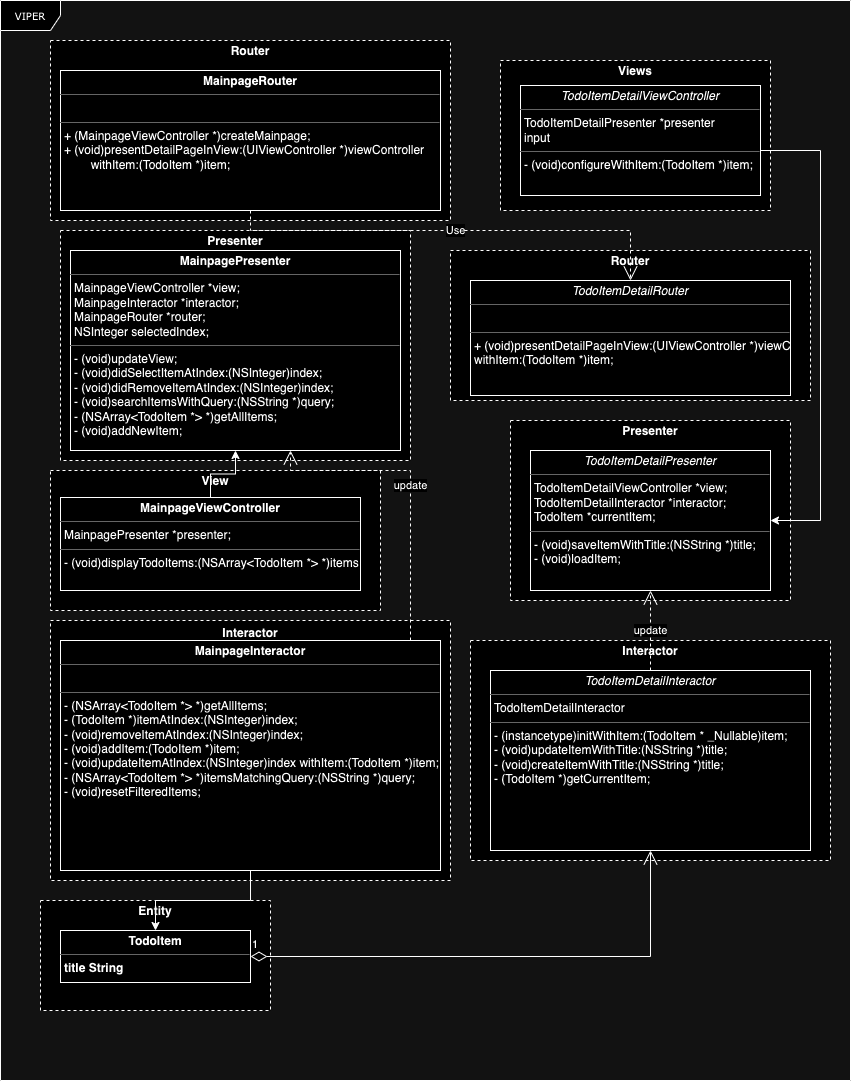
Earlier version of the draw.io export Architectural Patterns/VIPER.drawio.png (jeuneseven/iOS). Source tidied: cells renumbered, new cells last; positions are measured from the earlier drawing's top-left corner, leaving out a move shared by most shapes.
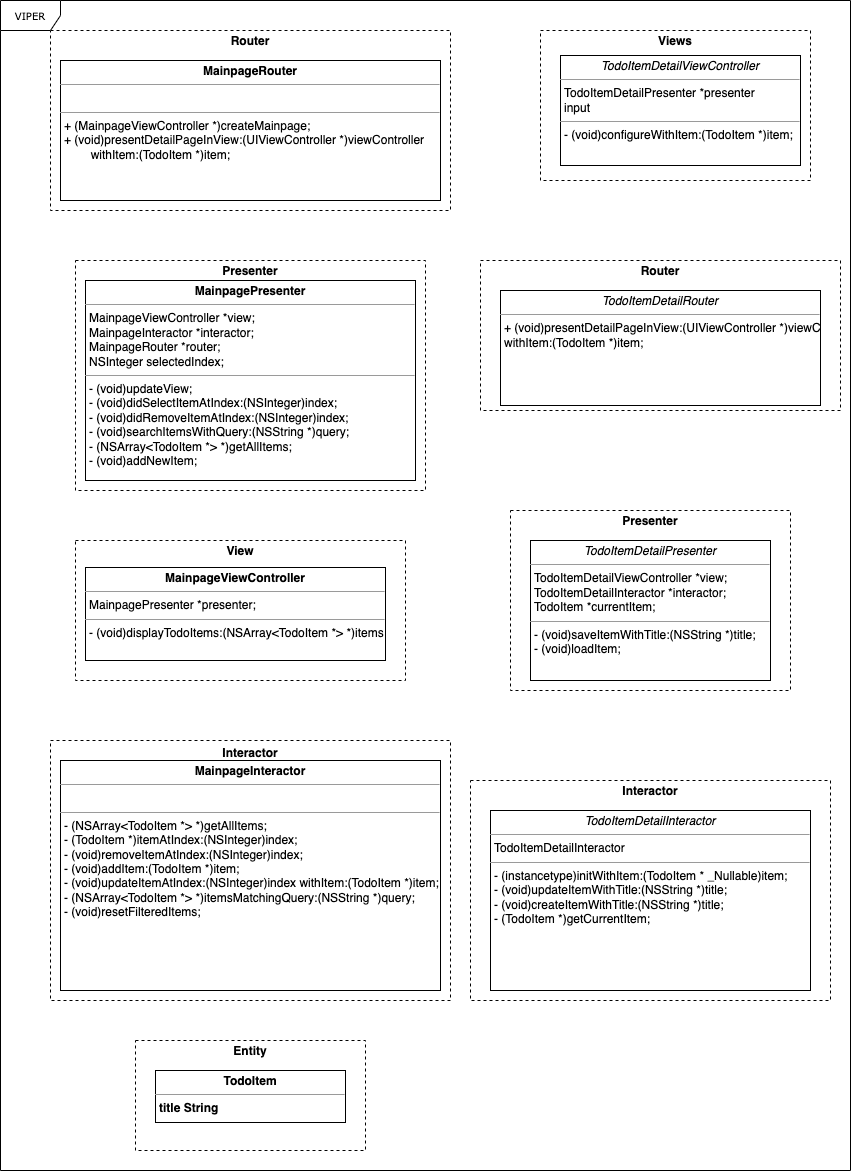
Above is the later version.

Change to the diagram source:
```diff
@@ -2,36 +2,36 @@
   <root>
     <mxCell id="0" />
     <mxCell id="1" parent="0" />
+    <mxCell id="11" value="VIPER" style="shape=umlFrame;whiteSpace=wrap;html=1;rounded=0;shadow=0;comic=0;labelBackgroundColor=none;strokeWidth=1;fontFamily=Verdana;fontSize=10;align=center;" parent="1" vertex="1">
+      <mxGeometry y="-90" width="850" height="1170" as="geometry" />
+    </mxCell>
     <mxCell id="2" value="&lt;p style=&quot;margin:0px;margin-top:4px;text-align:center;&quot;&gt;&lt;b&gt;Presenter&lt;/b&gt;&lt;/p&gt;" style="verticalAlign=top;align=left;overflow=fill;html=1;whiteSpace=wrap;dashed=1;" parent="1" vertex="1">
-      <mxGeometry x="60" y="230" width="350" height="230" as="geometry" />
+      <mxGeometry x="75" y="170" width="350" height="230" as="geometry" />
     </mxCell>
     <mxCell id="3" value="&lt;p style=&quot;margin:0px;margin-top:4px;text-align:center;&quot;&gt;&lt;b&gt;View&lt;/b&gt;&lt;/p&gt;" style="verticalAlign=top;align=left;overflow=fill;html=1;whiteSpace=wrap;dashed=1;" parent="1" vertex="1">
-      <mxGeometry x="50" y="470" width="330" height="140" as="geometry" />
+      <mxGeometry x="75" y="450" width="330" height="140" as="geometry" />
     </mxCell>
     <mxCell id="4" value="&lt;p style=&quot;margin:0px;margin-top:4px;text-align:center;&quot;&gt;&lt;/p&gt;&lt;div style=&quot;height:2px;&quot;&gt;&lt;/div&gt;&lt;div style=&quot;text-align: center;&quot;&gt;&lt;span style=&quot;background-color: initial;&quot;&gt;&lt;b&gt;Interactor&lt;/b&gt;&lt;/span&gt;&lt;/div&gt;" style="verticalAlign=top;align=left;overflow=fill;html=1;whiteSpace=wrap;dashed=1;" parent="1" vertex="1">
-      <mxGeometry x="50" y="620" width="400" height="260" as="geometry" />
+      <mxGeometry x="50" y="650" width="400" height="260" as="geometry" />
     </mxCell>
     <mxCell id="5" value="&lt;p style=&quot;margin:0px;margin-top:4px;text-align:center;&quot;&gt;&lt;b&gt;Entity&lt;/b&gt;&lt;/p&gt;" style="verticalAlign=top;align=left;overflow=fill;html=1;whiteSpace=wrap;dashed=1;" parent="1" vertex="1">
-      <mxGeometry x="40" y="900" width="230" height="110" as="geometry" />
+      <mxGeometry x="135" y="950" width="230" height="110" as="geometry" />
     </mxCell>
     <mxCell id="6" value="&lt;p style=&quot;margin:0px;margin-top:4px;text-align:center;&quot;&gt;&lt;b&gt;Interactor&lt;/b&gt;&lt;br&gt;&lt;/p&gt;" style="verticalAlign=top;align=left;overflow=fill;html=1;whiteSpace=wrap;dashed=1;" parent="1" vertex="1">
-      <mxGeometry x="470" y="640" width="360" height="220" as="geometry" />
+      <mxGeometry x="470" y="690" width="360" height="220" as="geometry" />
     </mxCell>
     <mxCell id="7" value="&lt;p style=&quot;margin:0px;margin-top:4px;text-align:center;&quot;&gt;&lt;b&gt;Presenter&lt;/b&gt;&lt;/p&gt;" style="verticalAlign=top;align=left;overflow=fill;html=1;whiteSpace=wrap;dashed=1;" parent="1" vertex="1">
       <mxGeometry x="510" y="420" width="280" height="180" as="geometry" />
     </mxCell>
     <mxCell id="8" value="&lt;p style=&quot;margin:0px;margin-top:4px;text-align:center;&quot;&gt;&lt;b&gt;Router&lt;/b&gt;&lt;/p&gt;" style="verticalAlign=top;align=left;overflow=fill;html=1;whiteSpace=wrap;dashed=1;" parent="1" vertex="1">
-      <mxGeometry x="450" y="250" width="360" height="150" as="geometry" />
+      <mxGeometry x="480" y="170" width="360" height="150" as="geometry" />
     </mxCell>
     <mxCell id="9" value="&lt;p style=&quot;margin:0px;margin-top:4px;text-align:center;&quot;&gt;&lt;b&gt;Views&lt;/b&gt;&lt;/p&gt;" style="verticalAlign=top;align=left;overflow=fill;html=1;whiteSpace=wrap;dashed=1;" parent="1" vertex="1">
-      <mxGeometry x="500" y="60" width="270" height="150" as="geometry" />
+      <mxGeometry x="540" y="-60" width="270" height="150" as="geometry" />
     </mxCell>
     <mxCell id="10" value="&lt;p style=&quot;margin:0px;margin-top:4px;text-align:center;&quot;&gt;&lt;b&gt;Router&lt;/b&gt;&lt;/p&gt;" style="verticalAlign=top;align=left;overflow=fill;html=1;whiteSpace=wrap;dashed=1;" parent="1" vertex="1">
-      <mxGeometry x="50" y="40" width="400" height="180" as="geometry" />
+      <mxGeometry x="50" y="-60" width="400" height="180" as="geometry" />
     </mxCell>
-    <mxCell id="11" value="VIPER" style="shape=umlFrame;whiteSpace=wrap;html=1;rounded=0;shadow=0;comic=0;labelBackgroundColor=none;strokeWidth=1;fontFamily=Verdana;fontSize=10;align=center;" parent="1" vertex="1">
-      <mxGeometry width="850" height="1080" as="geometry" />
-    </mxCell>
     <mxCell id="12" style="edgeStyle=orthogonalEdgeStyle;rounded=0;html=1;dashed=1;labelBackgroundColor=none;startFill=0;endArrow=open;endFill=0;endSize=10;fontFamily=Verdana;fontSize=10;" parent="1" edge="1">
       <mxGeometry relative="1" as="geometry">
         <mxPoint x="730" y="824" as="sourcePoint" />
@@ -49,68 +49,32 @@
       </mxGeometry>
     </mxCell>
     <mxCell id="15" value="&lt;p style=&quot;margin:0px;margin-top:4px;text-align:center;&quot;&gt;&lt;i&gt;TodoItemDetailInteractor&lt;/i&gt;&lt;br&gt;&lt;/p&gt;&lt;hr size=&quot;1&quot;&gt;&lt;p style=&quot;margin:0px;margin-left:4px;&quot;&gt;TodoItemDetailInteractor&lt;br&gt;&lt;/p&gt;&lt;hr size=&quot;1&quot;&gt;&lt;p style=&quot;margin:0px;margin-left:4px;&quot;&gt;- (instancetype)initWithItem:(TodoItem * _Nullable)item;&lt;/p&gt;&lt;p style=&quot;margin:0px;margin-left:4px;&quot;&gt;- (void)updateItemWithTitle:(NSString *)title;&lt;/p&gt;&lt;p style=&quot;margin:0px;margin-left:4px;&quot;&gt;- (void)createItemWithTitle:(NSString *)title;&lt;/p&gt;&lt;p style=&quot;margin:0px;margin-left:4px;&quot;&gt;- (TodoItem *)getCurrentItem;&lt;/p&gt;" style="verticalAlign=top;align=left;overflow=fill;fontSize=12;fontFamily=Helvetica;html=1;rounded=0;shadow=0;comic=0;labelBackgroundColor=none;strokeWidth=1;" parent="1" vertex="1">
-      <mxGeometry x="490" y="670" width="320" height="180" as="geometry" />
+      <mxGeometry x="490" y="720" width="320" height="180" as="geometry" />
     </mxCell>
     <mxCell id="16" value="&lt;p style=&quot;margin:0px;margin-top:4px;text-align:center;&quot;&gt;&lt;i&gt;TodoItemDetailPresenter&lt;/i&gt;&lt;br&gt;&lt;/p&gt;&lt;hr size=&quot;1&quot;&gt;&lt;p style=&quot;margin:0px;margin-left:4px;&quot;&gt;TodoItemDetailViewController *view;&lt;/p&gt;&lt;p style=&quot;margin:0px;margin-left:4px;&quot;&gt;TodoItemDetailInteractor *interactor;&lt;/p&gt;&lt;p style=&quot;margin:0px;margin-left:4px;&quot;&gt;TodoItem *currentItem;&lt;/p&gt;&lt;hr size=&quot;1&quot;&gt;&lt;p style=&quot;margin:0px;margin-left:4px;&quot;&gt;- (void)saveItemWithTitle:(NSString *)title;&lt;/p&gt;&lt;p style=&quot;margin:0px;margin-left:4px;&quot;&gt;- (void)loadItem;&lt;/p&gt;" style="verticalAlign=top;align=left;overflow=fill;fontSize=12;fontFamily=Helvetica;html=1;rounded=0;shadow=0;comic=0;labelBackgroundColor=none;strokeWidth=1;" parent="1" vertex="1">
       <mxGeometry x="530" y="450" width="240" height="140" as="geometry" />
     </mxCell>
     <mxCell id="17" value="&lt;p style=&quot;margin:0px;margin-top:4px;text-align:center;&quot;&gt;&lt;b style=&quot;background-color: initial;&quot;&gt;TodoItem&lt;/b&gt;&lt;br&gt;&lt;/p&gt;&lt;hr size=&quot;1&quot;&gt;&lt;p style=&quot;margin:0px;margin-left:4px;&quot;&gt;&lt;b style=&quot;text-align: center;&quot;&gt;title String&lt;/b&gt;&lt;br&gt;&lt;/p&gt;&lt;hr size=&quot;1&quot;&gt;&lt;p style=&quot;margin:0px;margin-left:4px;&quot;&gt;&lt;br&gt;&lt;/p&gt;" style="verticalAlign=top;align=left;overflow=fill;fontSize=12;fontFamily=Helvetica;html=1;rounded=0;shadow=0;comic=0;labelBackgroundColor=none;strokeWidth=1;" parent="1" vertex="1">
-      <mxGeometry x="60" y="930" width="190" height="52" as="geometry" />
+      <mxGeometry x="155" y="980" width="190" height="52" as="geometry" />
     </mxCell>
-    <mxCell id="18" style="edgeStyle=orthogonalEdgeStyle;rounded=0;jettySize=auto;html=1;exitX=0.5;exitY=1;exitDx=0;exitDy=0;" parent="1" edge="1" source="19" target="17">
-      <mxGeometry relative="1" as="geometry" />
-    </mxCell>
     <mxCell id="19" value="&lt;p style=&quot;margin:0px;margin-top:4px;text-align:center;&quot;&gt;&lt;b&gt;MainpageInteractor&lt;/b&gt;&lt;br&gt;&lt;/p&gt;&lt;hr size=&quot;1&quot;&gt;&lt;p style=&quot;margin:0px;margin-left:4px;&quot;&gt;&lt;br&gt;&lt;/p&gt;&lt;hr size=&quot;1&quot;&gt;&lt;p style=&quot;margin:0px;margin-left:4px;&quot;&gt;- (NSArray&amp;lt;TodoItem *&amp;gt; *)getAllItems;&lt;/p&gt;&lt;p style=&quot;margin:0px;margin-left:4px;&quot;&gt;- (TodoItem *)itemAtIndex:(NSInteger)index;&lt;/p&gt;&lt;p style=&quot;margin:0px;margin-left:4px;&quot;&gt;- (void)removeItemAtIndex:(NSInteger)index;&lt;/p&gt;&lt;p style=&quot;margin:0px;margin-left:4px;&quot;&gt;- (void)addItem:(TodoItem *)item;&lt;/p&gt;&lt;p style=&quot;margin:0px;margin-left:4px;&quot;&gt;- (void)updateItemAtIndex:(NSInteger)index withItem:(TodoItem *)item;&lt;/p&gt;&lt;p style=&quot;margin:0px;margin-left:4px;&quot;&gt;- (NSArray&amp;lt;TodoItem *&amp;gt; *)itemsMatchingQuery:(NSString *)query;&lt;/p&gt;&lt;p style=&quot;margin:0px;margin-left:4px;&quot;&gt;- (void)resetFilteredItems;&lt;/p&gt;" style="verticalAlign=top;align=left;overflow=fill;fontSize=12;fontFamily=Helvetica;html=1;rounded=0;shadow=0;comic=0;labelBackgroundColor=none;strokeWidth=1;" parent="1" vertex="1">
-      <mxGeometry x="60" y="640" width="380" height="230" as="geometry" />
+      <mxGeometry x="60" y="670" width="380" height="230" as="geometry" />
     </mxCell>
-    <mxCell id="20" value="&lt;p style=&quot;margin:0px;margin-top:4px;text-align:center;&quot;&gt;&lt;i&gt;TodoItemDetailRouter&lt;/i&gt;&lt;br&gt;&lt;/p&gt;&lt;hr size=&quot;1&quot;&gt;&lt;p style=&quot;margin:0px;margin-left:4px;&quot;&gt;&lt;br&gt;&lt;/p&gt;&lt;hr size=&quot;1&quot;&gt;&lt;p style=&quot;margin:0px;margin-left:4px;&quot;&gt;+ (void)presentDetailPageInView:(UIViewController *)viewController&amp;nbsp;&lt;/p&gt;&lt;p style=&quot;margin:0px;margin-left:4px;&quot;&gt;withItem:(TodoItem *)item;&lt;br&gt;&lt;/p&gt;" style="verticalAlign=top;align=left;overflow=fill;fontSize=12;fontFamily=Helvetica;html=1;rounded=0;shadow=0;comic=0;labelBackgroundColor=none;strokeWidth=1;" parent="1" vertex="1">
-      <mxGeometry x="470" y="280" width="320" height="115" as="geometry" />
+    <mxCell id="20" value="&lt;p style=&quot;margin:0px;margin-top:4px;text-align:center;&quot;&gt;&lt;i&gt;TodoItemDetailRouter&lt;/i&gt;&lt;/p&gt;&lt;hr size=&quot;1&quot;&gt;&lt;p style=&quot;margin:0px;margin-left:4px;&quot;&gt;+ (void)presentDetailPageInView:(UIViewController *)viewController&amp;nbsp;&lt;/p&gt;&lt;p style=&quot;margin:0px;margin-left:4px;&quot;&gt;withItem:(TodoItem *)item;&lt;br&gt;&lt;/p&gt;" style="verticalAlign=top;align=left;overflow=fill;fontSize=12;fontFamily=Helvetica;html=1;rounded=0;shadow=0;comic=0;labelBackgroundColor=none;strokeWidth=1;" parent="1" vertex="1">
+      <mxGeometry x="500" y="200" width="320" height="115" as="geometry" />
     </mxCell>
-    <mxCell id="21" style="edgeStyle=orthogonalEdgeStyle;rounded=0;jettySize=auto;html=1;" parent="1" edge="1" source="22" target="23">
-      <mxGeometry relative="1" as="geometry" />
-    </mxCell>
     <mxCell id="22" value="&lt;p style=&quot;margin:0px;margin-top:4px;text-align:center;&quot;&gt;&lt;b&gt;MainpageViewController&lt;/b&gt;&lt;br&gt;&lt;/p&gt;&lt;hr size=&quot;1&quot;&gt;&lt;p style=&quot;margin:0px;margin-left:4px;&quot;&gt;MainpagePresenter *presenter;&lt;/p&gt;&lt;hr size=&quot;1&quot;&gt;&lt;p style=&quot;margin:0px;margin-left:4px;&quot;&gt;- (void)displayTodoItems:(NSArray&amp;lt;TodoItem *&amp;gt; *)items;&lt;br&gt;&lt;/p&gt;" style="verticalAlign=top;align=left;overflow=fill;fontSize=12;fontFamily=Helvetica;html=1;rounded=0;shadow=0;comic=0;labelBackgroundColor=none;strokeWidth=1;" parent="1" vertex="1">
-      <mxGeometry x="60" y="497" width="300" height="93" as="geometry" />
+      <mxGeometry x="85" y="477" width="300" height="93" as="geometry" />
     </mxCell>
     <mxCell id="23" value="&lt;p style=&quot;margin:0px;margin-top:4px;text-align:center;&quot;&gt;&lt;b&gt;MainpagePresenter&lt;/b&gt;&lt;br&gt;&lt;/p&gt;&lt;hr size=&quot;1&quot;&gt;&lt;p style=&quot;margin:0px;margin-left:4px;&quot;&gt;MainpageViewController *view;&lt;/p&gt;&lt;p style=&quot;margin:0px;margin-left:4px;&quot;&gt;MainpageInteractor *interactor;&lt;/p&gt;&lt;p style=&quot;margin:0px;margin-left:4px;&quot;&gt;MainpageRouter *router;&lt;/p&gt;&lt;p style=&quot;margin:0px;margin-left:4px;&quot;&gt;NSInteger selectedIndex;&lt;/p&gt;&lt;hr size=&quot;1&quot;&gt;&lt;p style=&quot;margin:0px;margin-left:4px;&quot;&gt;- (void)updateView;&lt;/p&gt;&lt;p style=&quot;margin:0px;margin-left:4px;&quot;&gt;- (void)didSelectItemAtIndex:(NSInteger)index;&lt;/p&gt;&lt;p style=&quot;margin:0px;margin-left:4px;&quot;&gt;- (void)didRemoveItemAtIndex:(NSInteger)index;&lt;/p&gt;&lt;p style=&quot;margin:0px;margin-left:4px;&quot;&gt;- (void)searchItemsWithQuery:(NSString *)query;&lt;/p&gt;&lt;p style=&quot;margin:0px;margin-left:4px;&quot;&gt;- (NSArray&amp;lt;TodoItem *&amp;gt; *)getAllItems;&lt;/p&gt;&lt;p style=&quot;margin:0px;margin-left:4px;&quot;&gt;- (void)addNewItem;&lt;/p&gt;" style="verticalAlign=top;align=left;overflow=fill;fontSize=12;fontFamily=Helvetica;html=1;rounded=0;shadow=0;comic=0;labelBackgroundColor=none;strokeWidth=1;" parent="1" vertex="1">
-      <mxGeometry x="70" y="250" width="330" height="200" as="geometry" />
+      <mxGeometry x="85" y="190" width="330" height="200" as="geometry" />
     </mxCell>
     <mxCell id="24" value="&lt;p style=&quot;margin:0px;margin-top:4px;text-align:center;&quot;&gt;&lt;b&gt;MainpageRouter&lt;/b&gt;&lt;br&gt;&lt;/p&gt;&lt;hr size=&quot;1&quot;&gt;&lt;p style=&quot;margin:0px;margin-left:4px;&quot;&gt;&lt;br&gt;&lt;/p&gt;&lt;hr size=&quot;1&quot;&gt;&lt;p style=&quot;margin:0px;margin-left:4px;&quot;&gt;+ (MainpageViewController *)createMainpage;&lt;/p&gt;&lt;p style=&quot;margin:0px;margin-left:4px;&quot;&gt;+ (void)presentDetailPageInView:(UIViewController *)viewController&amp;nbsp;&lt;/p&gt;&lt;p style=&quot;margin:0px;margin-left:4px;&quot;&gt;&lt;span style=&quot;white-space: pre;&quot;&gt;&#9;&lt;/span&gt;withItem:(TodoItem *)item;&lt;/p&gt;&lt;div&gt;&lt;br&gt;&lt;/div&gt;" style="verticalAlign=top;align=left;overflow=fill;fontSize=12;fontFamily=Helvetica;html=1;rounded=0;shadow=0;comic=0;labelBackgroundColor=none;strokeWidth=1;" parent="1" vertex="1">
-      <mxGeometry x="60" y="70" width="380" height="140" as="geometry" />
+      <mxGeometry x="60" y="-30" width="380" height="140" as="geometry" />
     </mxCell>
-    <mxCell id="25" style="edgeStyle=orthogonalEdgeStyle;rounded=0;jettySize=auto;html=1;" parent="1" edge="1" source="26" target="16">
-      <mxGeometry relative="1" as="geometry">
-        <Array as="points">
-          <mxPoint x="820" y="150" />
-          <mxPoint x="820" y="520" />
-        </Array>
-      </mxGeometry>
-    </mxCell>
     <mxCell id="26" value="&lt;p style=&quot;margin:0px;margin-top:4px;text-align:center;&quot;&gt;&lt;i&gt;TodoItemDetailViewController&lt;/i&gt;&lt;br&gt;&lt;/p&gt;&lt;hr size=&quot;1&quot;&gt;&lt;p style=&quot;margin:0px;margin-left:4px;&quot;&gt;TodoItemDetailPresenter *presenter&lt;/p&gt;&lt;p style=&quot;margin:0px;margin-left:4px;&quot;&gt;input&lt;/p&gt;&lt;hr size=&quot;1&quot;&gt;&lt;p style=&quot;margin:0px;margin-left:4px;&quot;&gt;- (void)configureWithItem:(TodoItem *)item;&lt;br&gt;&lt;/p&gt;" style="verticalAlign=top;align=left;overflow=fill;fontSize=12;fontFamily=Helvetica;html=1;rounded=0;shadow=0;comic=0;labelBackgroundColor=none;strokeWidth=1;" parent="1" vertex="1">
-      <mxGeometry x="520" y="85" width="240" height="110" as="geometry" />
+      <mxGeometry x="560" y="-35" width="240" height="110" as="geometry" />
     </mxCell>
-    <mxCell id="27" value="Use" style="endArrow=open;endSize=12;dashed=1;html=1;rounded=0;edgeStyle=orthogonalEdgeStyle;" parent="1" edge="1" source="24" target="20">
-      <mxGeometry relative="1" as="geometry">
-        <Array as="points">
-          <mxPoint x="250" y="230" />
-          <mxPoint x="630" y="230" />
-        </Array>
-      </mxGeometry>
-    </mxCell>
-    <mxCell id="28" value="1" style="endArrow=open;html=1;endSize=12;startArrow=diamondThin;startSize=14;startFill=0;edgeStyle=orthogonalEdgeStyle;align=left;verticalAlign=bottom;rounded=0;" parent="1" edge="1" source="17" target="15">
-      <mxGeometry x="-1" y="3" relative="1" as="geometry" />
-    </mxCell>
-    <mxCell id="29" value="update" style="endArrow=open;endSize=12;dashed=1;html=1;rounded=0;edgeStyle=orthogonalEdgeStyle;" parent="1" edge="1" source="19" target="23">
-      <mxGeometry relative="1" as="geometry">
-        <Array as="points">
-          <mxPoint x="410" y="470" />
-          <mxPoint x="290" y="470" />
-        </Array>
-      </mxGeometry>
-    </mxCell>
-    <mxCell id="30" value="update" style="endArrow=open;endSize=12;dashed=1;html=1;rounded=0;" parent="1" edge="1" source="15" target="16">
-      <mxGeometry relative="1" as="geometry" />
-    </mxCell>
     <mxCell id="31" style="edgeStyle=orthogonalEdgeStyle;rounded=0;orthogonalLoop=1;jettySize=auto;html=1;exitX=0.5;exitY=1;exitDx=0;exitDy=0;" parent="1" edge="1" source="19" target="19">
       <mxGeometry relative="1" as="geometry" />
     </mxCell>
```
